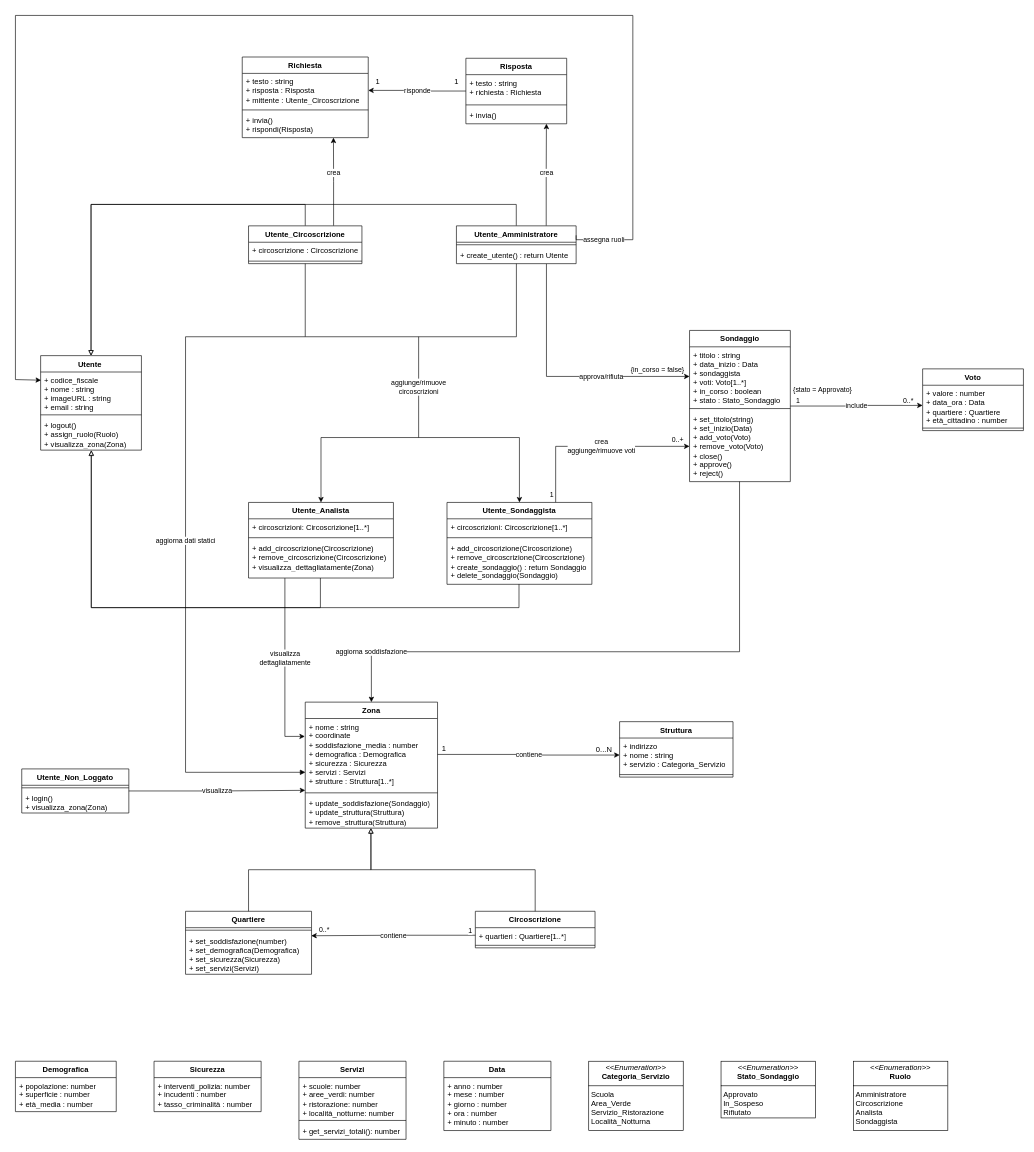
lucafano04/progettoIngenieriaSoftware keeps this draw.io diagram as deliverable/images/ClassDiagram/ClassDiagram.drawio. Above is the earlier version. Source tidied: cells renumbered, new cells numbered last; positions are measured from the earlier drawing's top-left corner, leaving out a move shared by most shapes. Both pictures are drawn from the tidied source at 63%, with x=0, y=0 at pixel (15, 15).
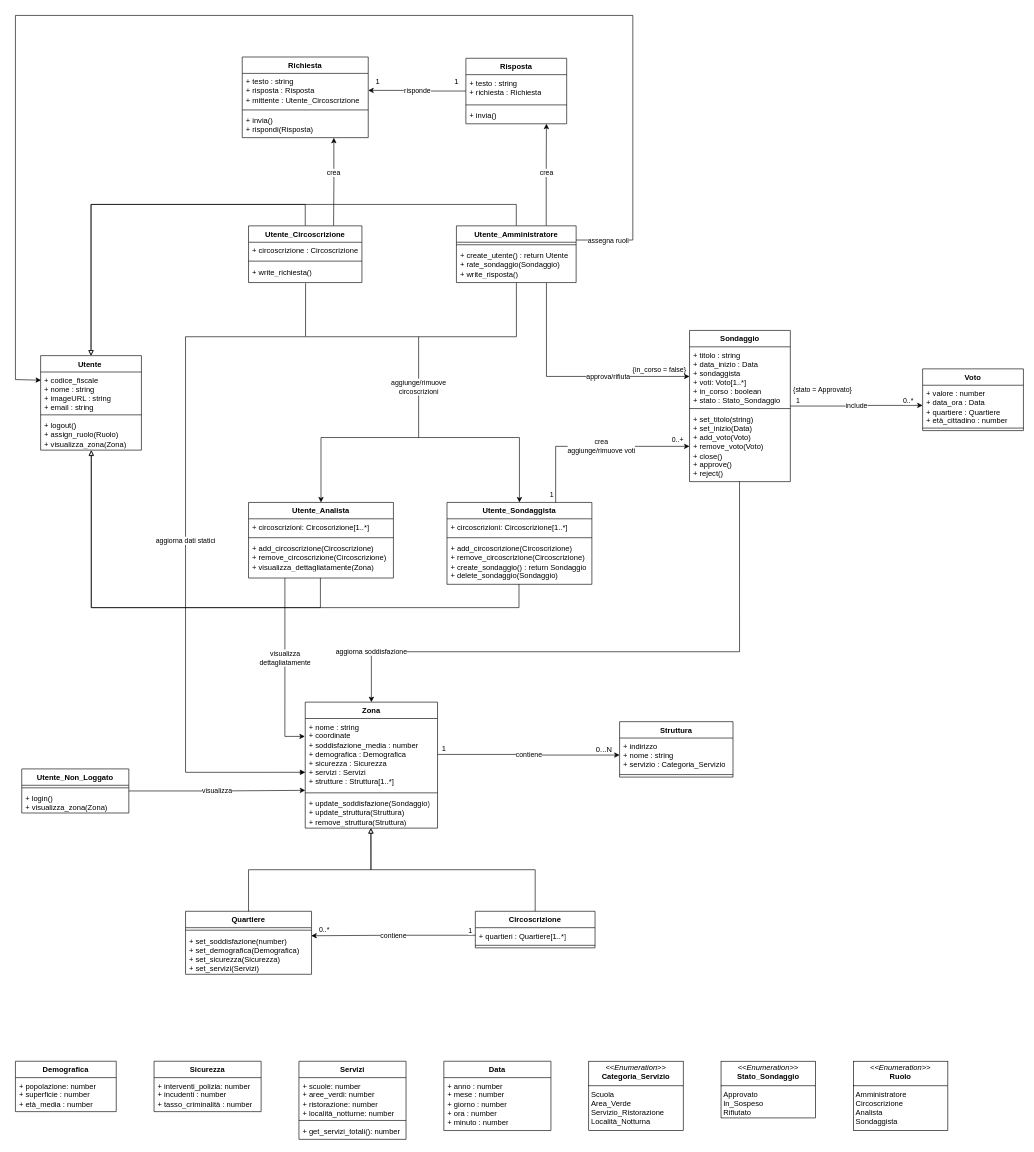
The same page after the edit.

Commit message (it also covers changes not shown here):
updated class diagram

The change refers to these unchanged cells:
```xml
<mxCell id="5" value="Utente&amp;nbsp;" style="swimlane;fontStyle=1;align=center;verticalAlign=top;horizontal=1;startSize=26;whiteSpace=wrap;html=1;" parent="1" vertex="1">
  <mxGeometry x="40" y="540" width="160" height="150" as="geometry" />
</mxCell>
<mxCell id="76" value="&lt;div&gt;+ invia()&lt;/div&gt;+ rispondi(Risposta)" style="text;strokeColor=none;fillColor=none;align=left;verticalAlign=top;spacingLeft=4;spacingRight=4;overflow=hidden;points=[[0,0.5],[1,0.5]];portConstraint=eastwest;whiteSpace=wrap;html=1;" parent="73" vertex="1">
  <mxGeometry y="88" width="200" height="40" as="geometry" />
</mxCell>
```

The edit, as a diff of the source:
```diff
@@
-    <mxCell id="3" style="edgeStyle=orthogonalEdgeStyle;rounded=0;jettySize=auto;html=1;entryX=0.5;entryY=0;entryDx=0;entryDy=0;startArrow=block;startFill=0;endArrow=none;endFill=0;" parent="1" edge="1" source="5" target="58">
+    <mxCell id="3" style="edgeStyle=orthogonalEdgeStyle;rounded=0;jettySize=auto;html=1;entryX=0.5;entryY=0;entryDx=0;entryDy=0;startArrow=block;startFill=0;endArrow=none;endFill=0;" parent="1" edge="1" source="5">
       <mxGeometry relative="1" as="geometry">
+        <mxPoint x="460" y="334" as="targetPoint" />
         <Array as="points">
           <mxPoint x="120" y="300" />
           <mxPoint x="460" y="300" />
         </Array>
       </mxGeometry>
     </mxCell>
@@
-    <mxCell id="51" style="edgeStyle=orthogonalEdgeStyle;rounded=0;jettySize=auto;html=1;entryX=0.5;entryY=1;entryDx=0;entryDy=0;endArrow=none;endFill=0;exitX=0.501;exitY=1.003;exitDx=0;exitDy=0;exitPerimeter=0;" parent="1" edge="1" source="56" target="58">
+    <mxCell id="51" style="edgeStyle=orthogonalEdgeStyle;rounded=0;jettySize=auto;html=1;entryX=0.503;entryY=1.038;entryDx=0;entryDy=0;endArrow=none;endFill=0;exitX=0.501;exitY=1.003;exitDx=0;exitDy=0;exitPerimeter=0;entryPerimeter=0;" parent="1" edge="1" source="56" target="99">
       <mxGeometry relative="1" as="geometry">
         <Array as="points">
           <mxPoint x="795" y="510" />
-          <mxPoint x="460" y="510" />
+          <mxPoint x="461" y="510" />
         </Array>
       </mxGeometry>
     </mxCell>
@@
     <mxCell id="54" value="Utente_Amministratore" style="swimlane;fontStyle=1;align=center;verticalAlign=top;horizontal=1;startSize=26;whiteSpace=wrap;html=1;" parent="1" vertex="1">
-      <mxGeometry x="700" y="334" width="190" height="60" as="geometry" />
+      <mxGeometry x="700" y="334" width="190" height="90" as="geometry" />
     </mxCell>
@@
-    <mxCell id="56" value="+ create_utente() : return Utente" style="text;strokeColor=none;fillColor=none;align=left;verticalAlign=top;spacingLeft=4;spacingRight=4;overflow=hidden;points=[[0,0.5],[1,0.5]];portConstraint=eastwest;whiteSpace=wrap;html=1;" parent="54" vertex="1">
-      <mxGeometry y="34" width="190" height="26" as="geometry" />
+    <mxCell id="56" value="+ create_utente() : return Utente&lt;div&gt;+ rate_sondaggio(Sondaggio)&lt;/div&gt;&lt;div&gt;+ write_risposta()&lt;/div&gt;" style="text;strokeColor=none;fillColor=none;align=left;verticalAlign=top;spacingLeft=4;spacingRight=4;overflow=hidden;points=[[0,0.5],[1,0.5]];portConstraint=eastwest;whiteSpace=wrap;html=1;" parent="54" vertex="1">
+      <mxGeometry y="34" width="190" height="56" as="geometry" />
     </mxCell>
-    <mxCell id="57" value="crea" style="edgeStyle=orthogonalEdgeStyle;rounded=0;jettySize=auto;html=1;exitX=0.75;exitY=0;exitDx=0;exitDy=0;entryX=0.724;entryY=1;entryDx=0;entryDy=0;entryPerimeter=0;" parent="1" edge="1" source="58" target="76">
-      <mxGeometry x="0.2" relative="1" as="geometry" />
+    <mxCell id="57" value="crea" style="edgeStyle=orthogonalEdgeStyle;rounded=0;jettySize=auto;html=1;exitX=0.75;exitY=0;exitDx=0;exitDy=0;entryX=0.727;entryY=1.005;entryDx=0;entryDy=0;entryPerimeter=0;" parent="1" edge="1" target="76">
+      <mxGeometry x="0.2" relative="1" as="geometry">
+        <mxPoint x="505" y="334" as="sourcePoint" />
+      </mxGeometry>
     </mxCell>
-    <mxCell id="58" value="Utente_Circoscrizione" style="swimlane;fontStyle=1;align=center;verticalAlign=top;horizontal=1;startSize=26;whiteSpace=wrap;html=1;" parent="1" vertex="1">
-      <mxGeometry x="370" y="334" width="180" height="60" as="geometry" />
-    </mxCell>
-    <mxCell id="59" value="+ circoscrizione : Circoscrizione" style="text;strokeColor=none;fillColor=none;align=left;verticalAlign=top;spacingLeft=4;spacingRight=4;overflow=hidden;whiteSpace=wrap;html=1;" parent="58" vertex="1">
-      <mxGeometry y="26" width="180" height="26" as="geometry" />
-    </mxCell>
-    <mxCell id="60" style="line;strokeWidth=1;fillColor=none;align=left;verticalAlign=middle;spacingTop=-1;spacingLeft=3;spacingRight=3;labelPosition=right;strokeColor=inherit;" parent="58" vertex="1">
-      <mxGeometry y="52" width="180" height="8" as="geometry" />
-    </mxCell>
@@
+    <mxCell id="58" value="Utente_Circoscrizione" style="swimlane;fontStyle=1;align=center;verticalAlign=top;horizontal=1;startSize=26;whiteSpace=wrap;html=1;" parent="1" vertex="1">
+      <mxGeometry x="370" y="334" width="180" height="90" as="geometry" />
+    </mxCell>
+    <mxCell id="59" value="+ circoscrizione : Circoscrizione" style="text;strokeColor=none;fillColor=none;align=left;verticalAlign=top;spacingLeft=4;spacingRight=4;overflow=hidden;whiteSpace=wrap;html=1;" parent="58" vertex="1">
+      <mxGeometry y="26" width="180" height="26" as="geometry" />
+    </mxCell>
+    <mxCell id="60" style="line;strokeWidth=1;fillColor=none;align=left;verticalAlign=middle;spacingTop=-1;spacingLeft=3;spacingRight=3;labelPosition=right;strokeColor=inherit;" parent="58" vertex="1">
+      <mxGeometry y="52" width="180" height="8" as="geometry" />
+    </mxCell>
+    <mxCell id="99" value="+ write_richiesta()" style="text;strokeColor=none;fillColor=none;align=left;verticalAlign=top;spacingLeft=4;spacingRight=4;overflow=hidden;points=[[0,0.5],[1,0.5]];portConstraint=eastwest;whiteSpace=wrap;html=1;" parent="58" vertex="1">
+      <mxGeometry y="60" width="180" height="30" as="geometry" />
+    </mxCell>
```
